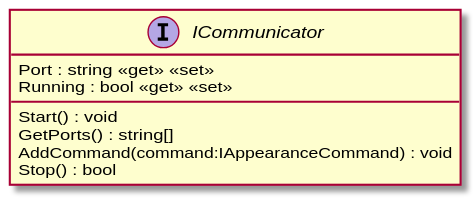
The PlantUML diagram UML/Communicator/ICommunicator.svg in leo-tasso/VolumeKsharp, before a commit. Source of this version:
```plantuml
@startuml
interface ICommunicator {
    Port : string <<get>> <<set>>
    Running : bool <<get>> <<set>>
    Start() : void
    GetPorts() : string[]
    AddCommand(command:IAppearanceCommand) : void
    Stop() : bool
}
@enduml
```
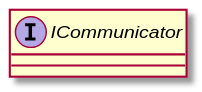
After the commit.

The edit, as a diff of the source:
```diff
@@ -1,10 +1,4 @@
 @startuml
 interface ICommunicator {
-    Port : string <<get>> <<set>>
-    Running : bool <<get>> <<set>>
-    Start() : void
-    GetPorts() : string[]
-    AddCommand(command:IAppearanceCommand) : void
-    Stop() : bool
 }
 @enduml
```
